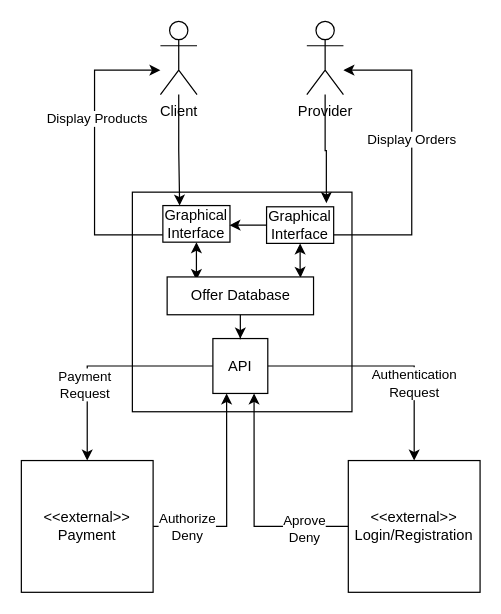
Above: assets/technical_context.drawio in Bruno-Macedo/Soft.Arch (draw.io), before the change. Source tidied: cells renumbered, new cells numbered last; positions are measured from the earlier drawing's top-left corner, leaving out a move shared by most shapes. Both pictures are drawn from the tidied source at 122%, with x=0, y=0 at pixel (21, 21).
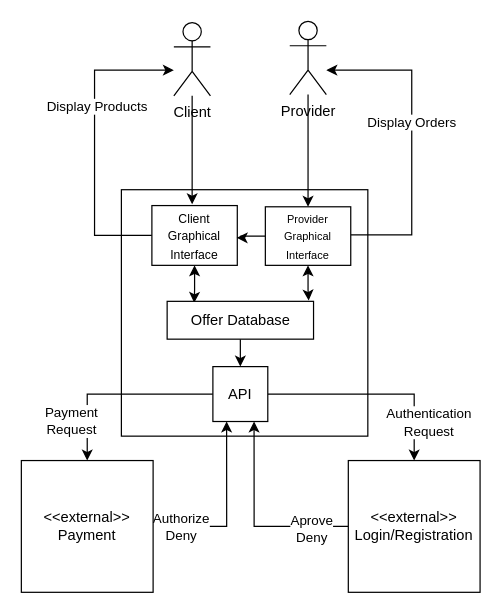
The same page after the edit.

Unchanged cells that the change refers to:
```xml
<mxCell id="12" style="edgeStyle=orthogonalEdgeStyle;rounded=0;jettySize=auto;html=1;entryX=0.5;entryY=0;entryDx=0;entryDy=0;" parent="1" edge="1" source="16" target="11">
  <mxGeometry relative="1" as="geometry" />
</mxCell>
<mxCell id="14" style="edgeStyle=orthogonalEdgeStyle;rounded=0;jettySize=auto;html=1;entryX=0.5;entryY=0;entryDx=0;entryDy=0;" parent="1" edge="1" source="16" target="8">
  <mxGeometry relative="1" as="geometry" />
</mxCell>
```

Diff of the diagram source:
```diff
@@
     <mxCell id="2" value="Provider" style="shape=umlActor;verticalLabelPosition=bottom;verticalAlign=top;html=1;outlineConnect=0;" parent="1" vertex="1">
-      <mxGeometry x="234" width="30" height="60" as="geometry" />
+      <mxGeometry x="220" width="30" height="60" as="geometry" />
     </mxCell>
     <mxCell id="3" value="&lt;div align=&quot;center&quot;&gt;&lt;br&gt;&lt;/div&gt;" style="whiteSpace=wrap;html=1;align=center;" parent="1" vertex="1">
-      <mxGeometry x="91" y="140" width="180" height="180" as="geometry" />
+      <mxGeometry x="82" y="138" width="202" height="202" as="geometry" />
     </mxCell>
-    <mxCell id="4" style="edgeStyle=orthogonalEdgeStyle;rounded=0;jettySize=auto;html=1;entryX=0.25;entryY=0;entryDx=0;entryDy=0;" parent="1" edge="1" source="5" target="20">
-      <mxGeometry relative="1" as="geometry" />
+    <mxCell id="4" style="edgeStyle=orthogonalEdgeStyle;rounded=0;jettySize=auto;html=1;" parent="1" edge="1" source="5">
+      <mxGeometry relative="1" as="geometry">
+        <mxPoint x="140" y="150" as="targetPoint" />
+      </mxGeometry>
     </mxCell>
     <mxCell id="5" value="Client" style="shape=umlActor;verticalLabelPosition=bottom;verticalAlign=top;html=1;outlineConnect=0;" parent="1" vertex="1">
-      <mxGeometry x="114" width="30" height="60" as="geometry" />
+      <mxGeometry x="125" y="1" width="30" height="60" as="geometry" />
     </mxCell>
@@
     <mxCell id="13" value="&lt;div&gt;Payment&lt;/div&gt;&lt;div&gt;Request&lt;br&gt;&lt;/div&gt;" style="edgeLabel;html=1;align=center;verticalAlign=middle;" parent="12" vertex="1">
-      <mxGeometry x="0.31" y="-3" relative="1" as="geometry" />
+      <mxGeometry x="0.31" y="-3" relative="1" as="geometry">
+        <mxPoint x="-11" y="22" as="offset" />
+      </mxGeometry>
     </mxCell>
@@
     <mxCell id="15" value="&lt;div&gt;Authentication&lt;/div&gt;&lt;div&gt;Request&lt;/div&gt;" style="edgeLabel;html=1;align=center;verticalAlign=middle;" parent="14" vertex="1">
       <mxGeometry x="0.35" y="-1" relative="1" as="geometry">
-        <mxPoint y="1" as="offset" />
+        <mxPoint x="13" y="22" as="offset" />
       </mxGeometry>
     </mxCell>
     <mxCell id="16" value="API" style="whiteSpace=wrap;html=1;align=center;" parent="1" vertex="1">
-      <mxGeometry x="157" y="260" width="45" height="45" as="geometry" />
+      <mxGeometry x="157" y="283" width="45" height="45" as="geometry" />
     </mxCell>
@@
-    <mxCell id="19" style="edgeStyle=orthogonalEdgeStyle;rounded=0;jettySize=auto;html=1;entryX=0.2;entryY=0.081;entryDx=0;entryDy=0;entryPerimeter=0;startArrow=classic;startFill=1;" parent="1" edge="1" source="20" target="28">
+    <mxCell id="19" style="edgeStyle=orthogonalEdgeStyle;rounded=0;jettySize=auto;html=1;startArrow=classic;startFill=1;entryX=0.185;entryY=0.039;entryDx=0;entryDy=0;entryPerimeter=0;" parent="1" edge="1" source="20" target="28">
       <mxGeometry relative="1" as="geometry" />
     </mxCell>
-    <mxCell id="20" value="Graphical Interface" style="rounded=0;whiteSpace=wrap;html=1;" parent="1" vertex="1">
-      <mxGeometry x="116" y="151" width="55" height="30" as="geometry" />
+    <mxCell id="20" value="&lt;font style=&quot;font-size: 10px;&quot;&gt;Client Graphical Interface&lt;/font&gt;" style="rounded=0;whiteSpace=wrap;html=1;" parent="1" vertex="1">
+      <mxGeometry x="107" y="151" width="70" height="49" as="geometry" />
     </mxCell>
@@
-    <mxCell id="23" style="edgeStyle=orthogonalEdgeStyle;rounded=0;jettySize=auto;html=1;entryX=0.911;entryY=0.023;entryDx=0;entryDy=0;entryPerimeter=0;endArrow=classic;endFill=1;startArrow=classic;startFill=1;" parent="1" edge="1" source="25" target="28">
+    <mxCell id="23" style="edgeStyle=orthogonalEdgeStyle;rounded=0;jettySize=auto;html=1;entryX=0.967;entryY=-0.022;entryDx=0;entryDy=0;entryPerimeter=0;endArrow=classic;endFill=1;startArrow=classic;startFill=1;" parent="1" edge="1" source="25" target="28">
       <mxGeometry relative="1" as="geometry" />
     </mxCell>
@@
-    <mxCell id="25" value="Graphical Interface" style="rounded=0;whiteSpace=wrap;html=1;" parent="1" vertex="1">
-      <mxGeometry x="201" y="152" width="55" height="30" as="geometry" />
+    <mxCell id="25" value="&lt;font style=&quot;font-size: 9px;&quot;&gt;Provider Graphical Interface&lt;/font&gt;" style="rounded=0;whiteSpace=wrap;html=1;" parent="1" vertex="1">
+      <mxGeometry x="200" y="152" width="70" height="48" as="geometry" />
     </mxCell>
-    <mxCell id="26" style="edgeStyle=orthogonalEdgeStyle;rounded=0;jettySize=auto;html=1;entryX=0.891;entryY=-0.1;entryDx=0;entryDy=0;entryPerimeter=0;" parent="1" edge="1" source="2" target="25">
+    <mxCell id="26" style="edgeStyle=orthogonalEdgeStyle;rounded=0;jettySize=auto;html=1;" parent="1" edge="1" source="2" target="25">
       <mxGeometry relative="1" as="geometry" />
     </mxCell>
@@
     <mxCell id="28" value="Offer Database" style="rounded=0;whiteSpace=wrap;html=1;" parent="1" vertex="1">
-      <mxGeometry x="119.5" y="209.5" width="120" height="31" as="geometry" />
+      <mxGeometry x="119.5" y="229.5" width="120" height="31" as="geometry" />
     </mxCell>
```
